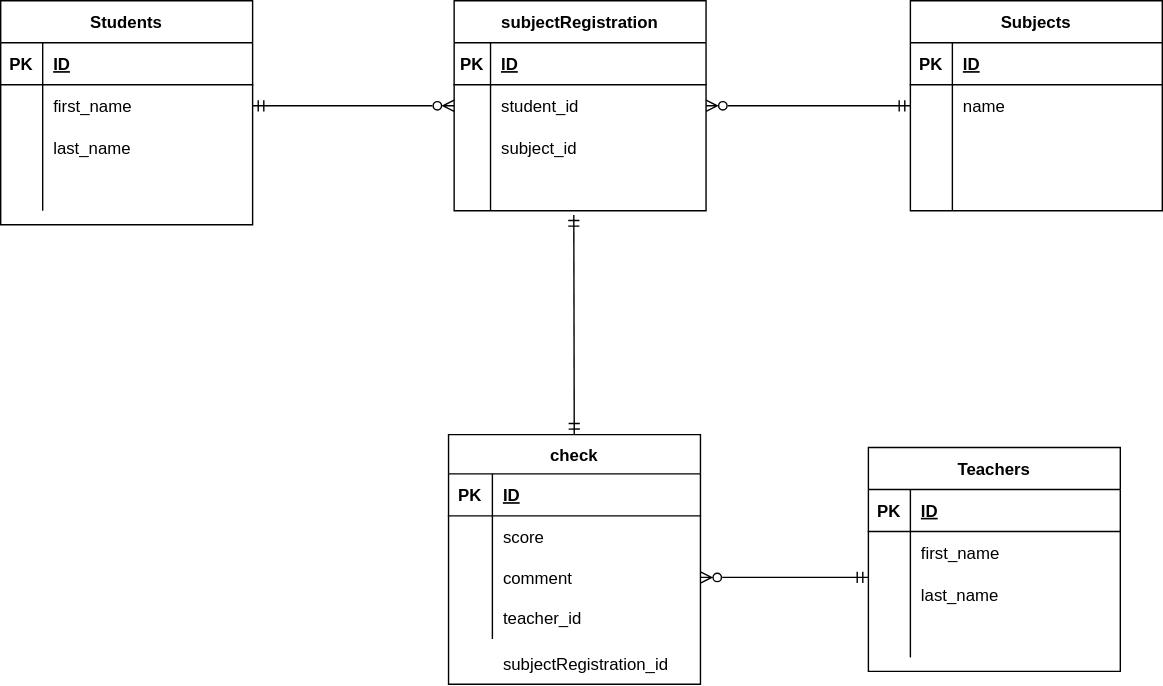
Mochi-frontend/ER-Diagram-exercise keeps this draw.io diagram as index.drawio.svg. Above is the earlier version. Source tidied: cells renumbered, new cells last; positions are measured from the earlier drawing's top-left corner, leaving out a move shared by most shapes.
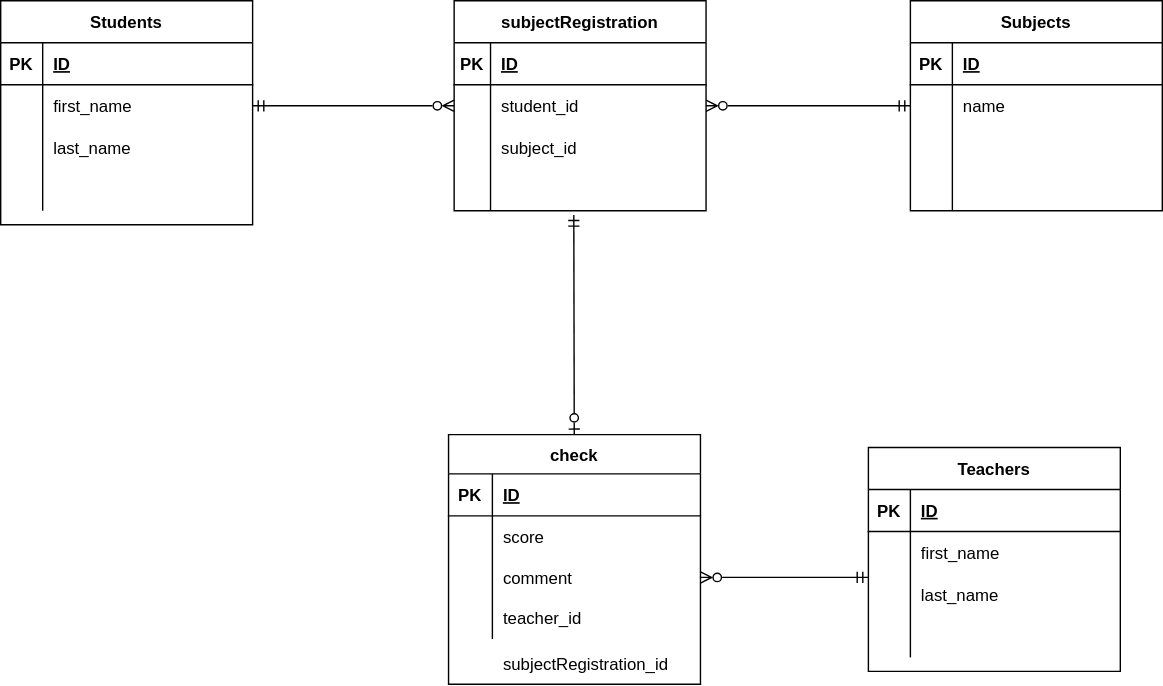
After the commit.

What changed in the source:
```diff
@@ -164,7 +164,7 @@
     <mxCell id="55" style="shape=partialRectangle;fillColor=none;top=0;left=0;bottom=0;right=0;align=left;spacingLeft=6;overflow=hidden;" parent="53" vertex="1">
       <mxGeometry x="30" width="150" height="30" as="geometry" />
     </mxCell>
-    <mxCell id="56" style="edgeStyle=none;html=1;entryX=0.475;entryY=1.1;entryDx=0;entryDy=0;entryPerimeter=0;startArrow=ERmandOne;startFill=0;endArrow=ERmandOne;endFill=0;" parent="1" edge="1" source="57" target="38">
+    <mxCell id="56" style="edgeStyle=none;html=1;entryX=0.475;entryY=1.1;entryDx=0;entryDy=0;entryPerimeter=0;startArrow=ERzeroToOne;startFill=0;endArrow=ERmandOne;endFill=0;" parent="1" edge="1" source="57" target="38">
       <mxGeometry relative="1" as="geometry" />
     </mxCell>
     <mxCell id="57" value="check" style="shape=table;startSize=28;rowLines=0;fontStyle=1;align=center;" parent="1" vertex="1">
```
